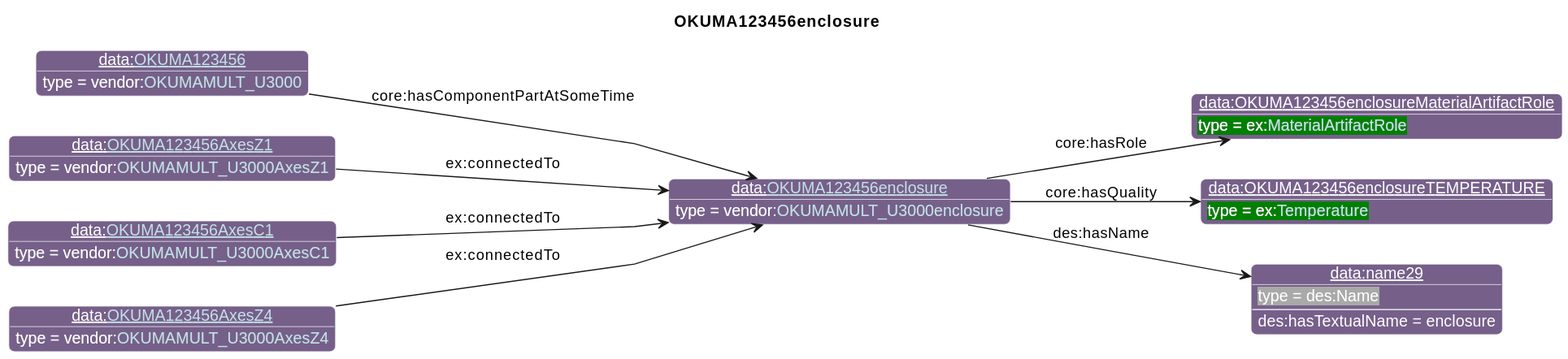
Earlier version of the PlantUML export diagrams/OKUMA123456enclosure.svg (iofoundry/example-syseng-mtconnect).
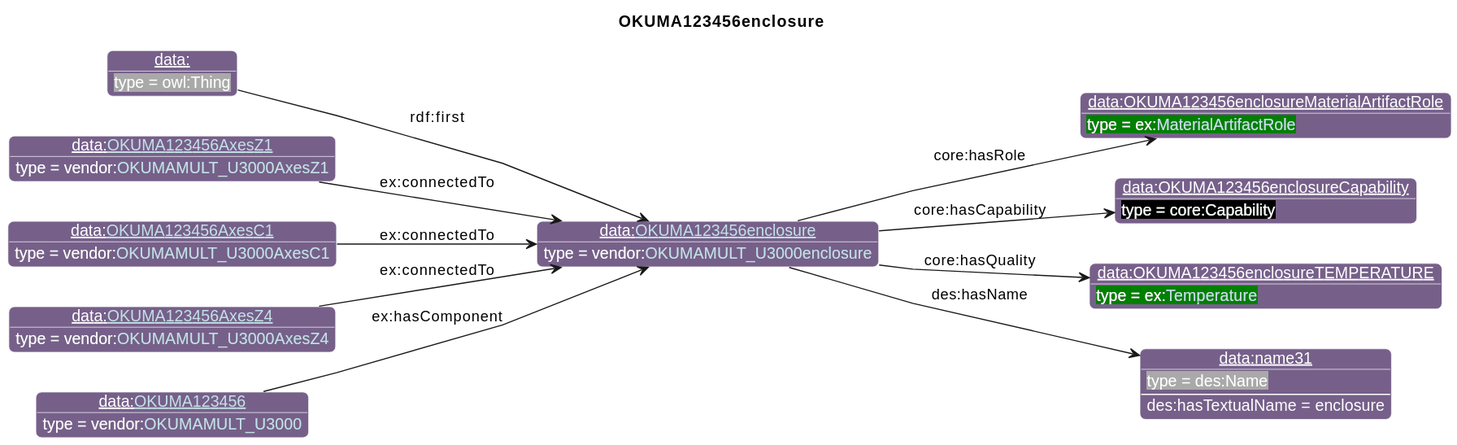
After the change.

The edit, as a diff of the source:
```diff
@@ -27,18 +27,22 @@
       }
 individual(o0, data:[[./OKUMA123456enclosure.html OKUMA123456enclosure]], vendor:[[../OKUMA.html#OKUMAMULT_U3000enclosure OKUMAMULT_U3000enclosure]])
 individual(o1, data:OKUMA123456enclosureMaterialArtifactRole, ex:[[../Example.html#MaterialArtifactRole MaterialArtifactRole]])
-individual(o2, data:OKUMA123456enclosureTEMPERATURE, ex:[[../Example.html#Temperature Temperature]])
-individual(o3, data:name29, des:Name)
-individual(o4, data:[[./OKUMA123456.html OKUMA123456]], vendor:[[../OKUMA.html#OKUMAMULT_U3000 OKUMAMULT_U3000]])
-individual(o5, data:[[./OKUMA123456AxesZ1.html OKUMA123456AxesZ1]], vendor:[[../OKUMA.html#OKUMAMULT_U3000AxesZ1 OKUMAMULT_U3000AxesZ1]])
-individual(o6, data:[[./OKUMA123456AxesC1.html OKUMA123456AxesC1]], vendor:[[../OKUMA.html#OKUMAMULT_U3000AxesC1 OKUMAMULT_U3000AxesC1]])
-individual(o7, data:[[./OKUMA123456AxesZ4.html OKUMA123456AxesZ4]], vendor:[[../OKUMA.html#OKUMAMULT_U3000AxesZ4 OKUMAMULT_U3000AxesZ4]])
+individual(o2, data:OKUMA123456enclosureCapability, core:Capability)
+individual(o3, data:OKUMA123456enclosureTEMPERATURE, ex:[[../Example.html#Temperature Temperature]])
+individual(o4, data:name31, des:Name)
+individual(o5, data:, owl:Thing)
+individual(o6, data:[[./OKUMA123456AxesZ1.html OKUMA123456AxesZ1]], vendor:[[../OKUMA.html#OKUMAMULT_U3000AxesZ1 OKUMAMULT_U3000AxesZ1]])
+individual(o7, data:[[./OKUMA123456AxesC1.html OKUMA123456AxesC1]], vendor:[[../OKUMA.html#OKUMAMULT_U3000AxesC1 OKUMAMULT_U3000AxesC1]])
+individual(o8, data:[[./OKUMA123456AxesZ4.html OKUMA123456AxesZ4]], vendor:[[../OKUMA.html#OKUMAMULT_U3000AxesZ4 OKUMAMULT_U3000AxesZ4]])
+individual(o9, data:[[./OKUMA123456.html OKUMA123456]], vendor:[[../OKUMA.html#OKUMAMULT_U3000 OKUMAMULT_U3000]])
 property(o0, "core:hasRole", o1)
-property(o0, "core:hasQuality", o2)
-property(o0, "des:hasName", o3)
-data(o3, "des:hasTextualName", "enclosure")
-property(o4, "core:hasComponentPartAtSomeTime", o0)
-property(o5, "ex:connectedTo", o0)
+property(o0, "core:hasCapability", o2)
+property(o0, "core:hasQuality", o3)
+property(o0, "des:hasName", o4)
+data(o4, "des:hasTextualName", "enclosure")
+property(o5, "rdf:first", o0)
 property(o6, "ex:connectedTo", o0)
 property(o7, "ex:connectedTo", o0)
+property(o8, "ex:connectedTo", o0)
+property(o9, "ex:hasComponent", o0)
 @enduml
```
